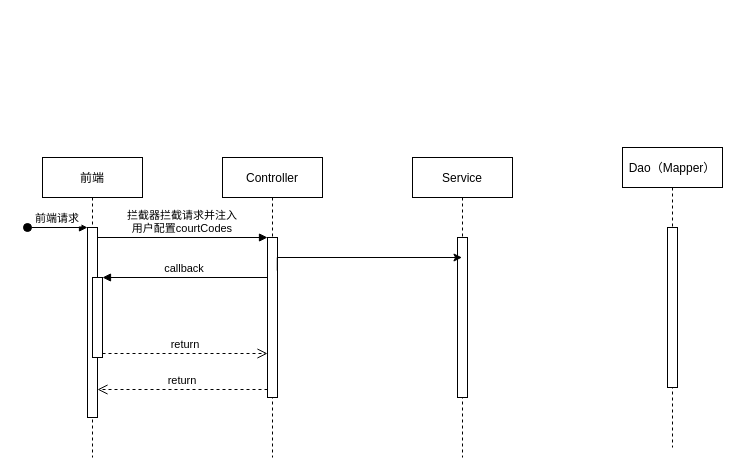
The draw.io diagram page "单条记录" (1 of 3) of 挖财自营诉调系统-司法进程&资产保全页面数据权限控制.drawio in HillCheuang/images, before the edit. Source tidied: cells renumbered, new cells numbered last; positions are measured from the earlier drawing's top-left corner, leaving out a move shared by most shapes. Both pictures are drawn from the tidied source at 100%, with x=0, y=0 at pixel (27, 147).
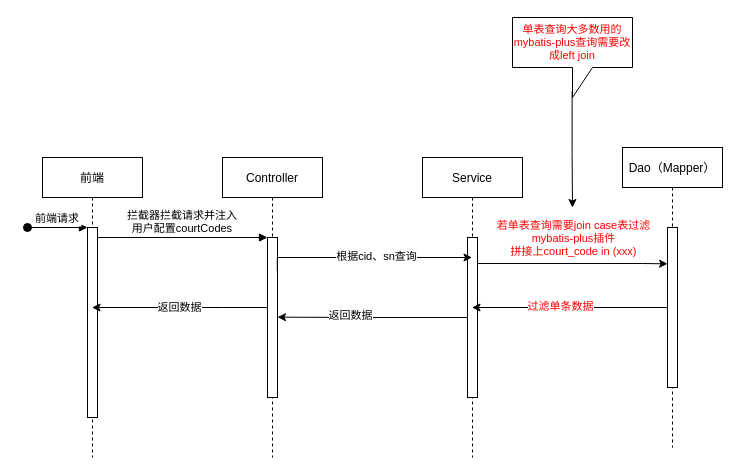
Above is the later version.

Commit message:
Update 挖财自营诉调系统-司法进程&资产保全页面数据权限控制.drawio

Unchanged cells that the change refers to:
```xml
<mxCell id="2" value="前端" style="shape=umlLifeline;perimeter=lifelinePerimeter;rounded=0;shadow=0;strokeWidth=1;" parent="1" vertex="1">
  <mxGeometry x="15" y="10" width="100" height="300" as="geometry" />
</mxCell>
<mxCell id="3" style="points=[];perimeter=orthogonalPerimeter;rounded=0;shadow=0;strokeWidth=1;" parent="2" vertex="1">
  <mxGeometry x="45" y="70" width="10" height="190" as="geometry" />
</mxCell>
<mxCell id="7" style="points=[];perimeter=orthogonalPerimeter;rounded=0;shadow=0;strokeWidth=1;" parent="6" vertex="1">
  <mxGeometry x="45" y="80" width="10" height="160" as="geometry" />
</mxCell>
<mxCell id="13" style="points=[];perimeter=orthogonalPerimeter;rounded=0;shadow=0;strokeWidth=1;" parent="12" vertex="1">
  <mxGeometry x="45" y="80" width="10" height="160" as="geometry" />
</mxCell>
<mxCell id="15" style="points=[];perimeter=orthogonalPerimeter;rounded=0;shadow=0;strokeWidth=1;" parent="14" vertex="1">
  <mxGeometry x="45" y="80" width="10" height="160" as="geometry" />
</mxCell>
<mxCell id="16" style="edgeStyle=orthogonalEdgeStyle;rounded=0;jettySize=auto;html=1;fontSize=11;exitX=0.978;exitY=0.207;exitDx=0;exitDy=0;exitPerimeter=0;" parent="1" edge="1" source="7" target="12">
  <mxGeometry relative="1" as="geometry">
    <Array as="points">
      <mxPoint x="250" y="110" />
    </Array>
  </mxGeometry>
</mxCell>
```

What changed in the source:
```diff
@@
-    <mxCell id="5" style="points=[];perimeter=orthogonalPerimeter;rounded=0;shadow=0;strokeWidth=1;" parent="2" vertex="1">
-      <mxGeometry x="50" y="120" width="10" height="80" as="geometry" />
-    </mxCell>
@@
-    <mxCell id="8" value="return" style="verticalAlign=bottom;endArrow=open;dashed=1;endSize=8;exitX=0;exitY=0.95;shadow=0;strokeWidth=1;" parent="1" edge="1" source="7" target="3">
-      <mxGeometry relative="1" as="geometry" />
-    </mxCell>
@@
-    <mxCell id="10" value="callback" style="verticalAlign=bottom;endArrow=block;entryX=1;entryY=0;shadow=0;strokeWidth=1;" parent="1" edge="1" source="7" target="5">
-      <mxGeometry relative="1" as="geometry" />
-    </mxCell>
-    <mxCell id="11" value="return" style="verticalAlign=bottom;endArrow=open;dashed=1;endSize=8;exitX=1;exitY=0.95;shadow=0;strokeWidth=1;" parent="1" edge="1" source="5" target="7">
-      <mxGeometry relative="1" as="geometry" />
-    </mxCell>
     <mxCell id="12" value="Service" style="shape=umlLifeline;perimeter=lifelinePerimeter;rounded=0;shadow=0;strokeWidth=1;" parent="1" vertex="1">
-      <mxGeometry x="385" y="10" width="100" height="300" as="geometry" />
+      <mxGeometry x="395" y="10" width="100" height="300" as="geometry" />
     </mxCell>
@@
+    <mxCell id="17" value="根据cid、sn查询" style="edgeLabel;html=1;align=center;verticalAlign=middle;fontSize=11;" parent="16" vertex="1">
+      <mxGeometry x="0.08" y="2" relative="1" as="geometry" />
+    </mxCell>
+    <mxCell id="18" style="edgeStyle=orthogonalEdgeStyle;rounded=0;jettySize=auto;html=1;entryX=0.009;entryY=0.227;entryDx=0;entryDy=0;entryPerimeter=0;fontSize=11;" parent="1" edge="1" source="13" target="15">
+      <mxGeometry relative="1" as="geometry">
+        <Array as="points">
+          <mxPoint x="615" y="116" />
+          <mxPoint x="615" y="116" />
+        </Array>
+      </mxGeometry>
+    </mxCell>
+    <mxCell id="19" value="&lt;font color=&quot;#ff0000&quot;&gt;若单表查询需要join case表过滤&lt;br&gt;mybatis-plus插件&lt;br&gt;拼接上court_code in (xxx)&lt;br&gt;&lt;/font&gt;" style="edgeLabel;html=1;align=center;verticalAlign=middle;fontSize=11;" parent="18" vertex="1">
+      <mxGeometry x="-0.35" y="-2" relative="1" as="geometry">
+        <mxPoint x="33" y="-28" as="offset" />
+      </mxGeometry>
+    </mxCell>
+    <mxCell id="20" style="edgeStyle=orthogonalEdgeStyle;rounded=0;jettySize=auto;html=1;fontSize=11;fontColor=#FF0000;exitX=0.497;exitY=0.921;exitDx=0;exitDy=0;exitPerimeter=0;" parent="1" edge="1" source="21">
+      <mxGeometry relative="1" as="geometry">
+        <mxPoint x="545" y="60" as="targetPoint" />
+      </mxGeometry>
+    </mxCell>
+    <mxCell id="21" value="单表查询大多数用的mybatis-plus查询需要改成left join" style="shape=callout;whiteSpace=wrap;html=1;perimeter=calloutPerimeter;fontSize=11;fontColor=#FF0000;" parent="1" vertex="1">
+      <mxGeometry x="485" y="-130" width="120" height="80" as="geometry" />
+    </mxCell>
+    <mxCell id="22" style="edgeStyle=orthogonalEdgeStyle;rounded=0;jettySize=auto;html=1;fontSize=11;fontColor=#FF0000;" parent="1" edge="1" source="15" target="12">
+      <mxGeometry relative="1" as="geometry" />
+    </mxCell>
+    <mxCell id="23" value="过滤单条数据" style="edgeLabel;html=1;align=center;verticalAlign=middle;fontSize=11;fontColor=#FF0000;" parent="22" vertex="1">
+      <mxGeometry x="0.1" y="-2" relative="1" as="geometry" />
+    </mxCell>
+    <mxCell id="24" style="edgeStyle=orthogonalEdgeStyle;rounded=0;jettySize=auto;html=1;entryX=1;entryY=0.498;entryDx=0;entryDy=0;entryPerimeter=0;fontSize=11;fontColor=#FF0000;" parent="1" edge="1" source="13" target="7">
+      <mxGeometry relative="1" as="geometry" />
+    </mxCell>
+    <mxCell id="25" value="返回数据" style="edgeLabel;html=1;align=center;verticalAlign=middle;fontSize=11;fontColor=#000000;" parent="24" vertex="1">
+      <mxGeometry x="0.24" y="-2" relative="1" as="geometry" />
+    </mxCell>
+    <mxCell id="26" value="&lt;font color=&quot;#000000&quot;&gt;返回数据&lt;/font&gt;" style="edgeStyle=orthogonalEdgeStyle;rounded=0;jettySize=auto;html=1;fontSize=11;fontColor=#FF0000;" parent="1" edge="1" source="7" target="2">
+      <mxGeometry relative="1" as="geometry">
+        <Array as="points">
+          <mxPoint x="195" y="160" />
+          <mxPoint x="195" y="160" />
+        </Array>
+      </mxGeometry>
+    </mxCell>
```
